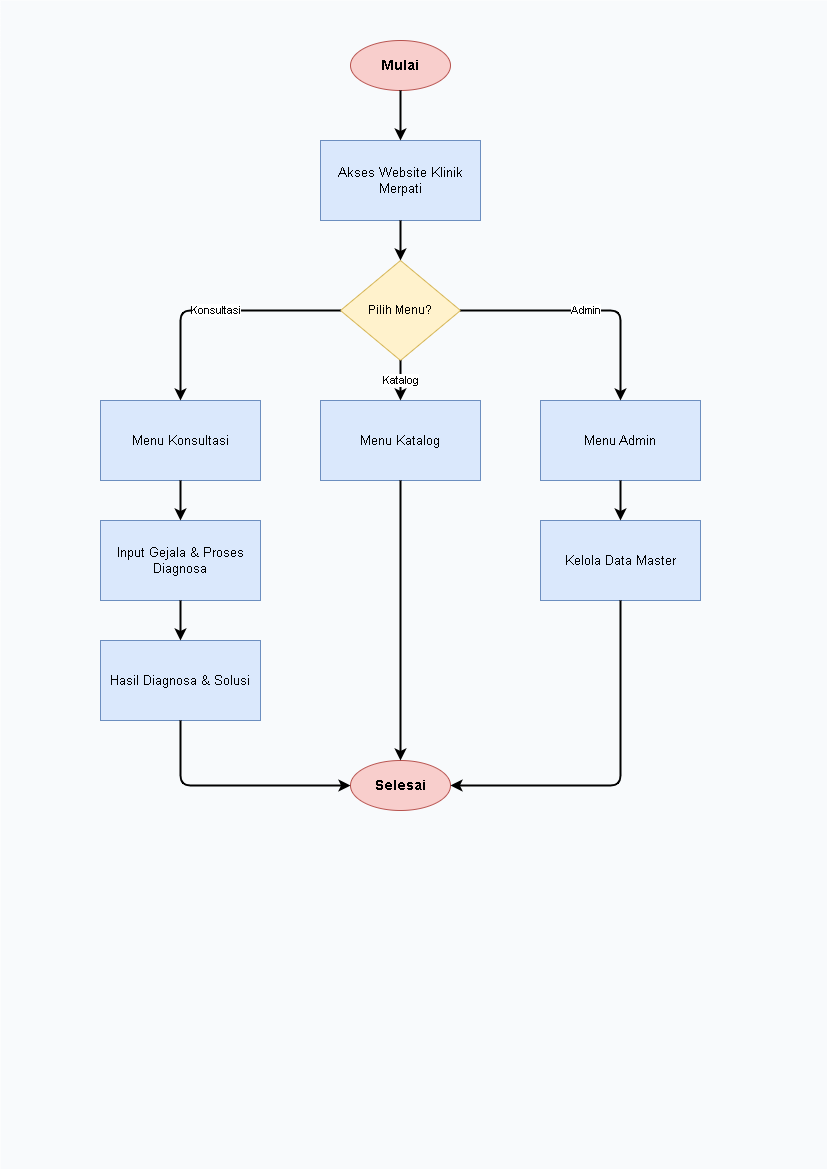
Before: diagram/flowchart/sistem_baru.png, a diagram exported from draw.io (Jinsky/Jinsky). Source tidied: cells renumbered, new cells last; positions are measured from the earlier drawing's top-left corner, leaving out a move shared by most shapes. Its diagram source:
```xml
<mxGraphModel>
  <root>
    <mxCell id="0" />
    <mxCell id="1" parent="0" />
    <mxCell id="2" style="rounded=0;whiteSpace=wrap;html=1;fillColor=#f8fafc;strokeColor=none;" parent="1" vertex="1">
      <mxGeometry width="827" height="1169" as="geometry" />
    </mxCell>
    <mxCell id="3" value="Mulai" style="ellipse;whiteSpace=wrap;html=1;fillColor=#f8cecc;strokeColor=#b85450;fontStyle=1;fontSize=14;" parent="1" vertex="1">
      <mxGeometry x="350" y="40" width="100" height="50" as="geometry" />
    </mxCell>
    <mxCell id="4" value="Akses Website Klinik Merpati" style="rounded=0;whiteSpace=wrap;html=1;fillColor=#dae8fc;strokeColor=#6c8ebf;fontSize=13;" parent="1" vertex="1">
      <mxGeometry x="320" y="140" width="160" height="80" as="geometry" />
    </mxCell>
    <mxCell id="5" value="Pilih Menu?" style="rhombus;whiteSpace=wrap;html=1;fillColor=#fff2cc;strokeColor=#d6b656;fontSize=12;" parent="1" vertex="1">
      <mxGeometry x="340" y="260" width="120" height="100" as="geometry" />
    </mxCell>
    <mxCell id="6" value="Menu Konsultasi" style="rounded=0;whiteSpace=wrap;html=1;fillColor=#dae8fc;strokeColor=#6c8ebf;fontSize=13;" parent="1" vertex="1">
      <mxGeometry x="100" y="400" width="160" height="80" as="geometry" />
    </mxCell>
    <mxCell id="7" value="Menu Katalog" style="rounded=0;whiteSpace=wrap;html=1;fillColor=#dae8fc;strokeColor=#6c8ebf;fontSize=13;" parent="1" vertex="1">
      <mxGeometry x="320" y="400" width="160" height="80" as="geometry" />
    </mxCell>
    <mxCell id="8" value="Menu Admin" style="rounded=0;whiteSpace=wrap;html=1;fillColor=#dae8fc;strokeColor=#6c8ebf;fontSize=13;" parent="1" vertex="1">
      <mxGeometry x="540" y="400" width="160" height="80" as="geometry" />
    </mxCell>
    <mxCell id="9" value="Input Gejala &amp; Proses Diagnosa" style="rounded=0;whiteSpace=wrap;html=1;fillColor=#dae8fc;strokeColor=#6c8ebf;fontSize=13;" parent="1" vertex="1">
      <mxGeometry x="100" y="520" width="160" height="80" as="geometry" />
    </mxCell>
    <mxCell id="10" value="Hasil Diagnosa &amp; Solusi" style="rounded=0;whiteSpace=wrap;html=1;fillColor=#dae8fc;strokeColor=#6c8ebf;fontSize=13;" parent="1" vertex="1">
      <mxGeometry x="100" y="640" width="160" height="80" as="geometry" />
    </mxCell>
    <mxCell id="11" value="Kelola Data Master" style="rounded=0;whiteSpace=wrap;html=1;fillColor=#dae8fc;strokeColor=#6c8ebf;fontSize=13;" parent="1" vertex="1">
      <mxGeometry x="540" y="520" width="160" height="80" as="geometry" />
    </mxCell>
    <mxCell id="12" value="Selesai" style="ellipse;whiteSpace=wrap;html=1;fillColor=#f8cecc;strokeColor=#b85450;fontStyle=1;fontSize=14;" parent="1" vertex="1">
      <mxGeometry x="350" y="760" width="100" height="50" as="geometry" />
    </mxCell>
    <mxCell id="13" style="edgeStyle=orthogonalEdgeStyle;rounded=1;jettySize=auto;html=1;strokeWidth=2;fontSize=11;" parent="1" edge="1" source="3" target="4">
      <mxGeometry relative="1" as="geometry" />
    </mxCell>
    <mxCell id="14" style="edgeStyle=orthogonalEdgeStyle;rounded=1;jettySize=auto;html=1;strokeWidth=2;fontSize=11;" parent="1" edge="1" source="4" target="5">
      <mxGeometry relative="1" as="geometry" />
    </mxCell>
    <mxCell id="15" value="Konsultasi" style="edgeStyle=orthogonalEdgeStyle;rounded=1;jettySize=auto;html=1;strokeWidth=2;fontSize=11;exitX=0;exitY=0.5;exitDx=0;exitDy=0;entryX=0.5;entryY=0;entryDx=0;entryDy=0;" parent="1" edge="1" source="5" target="6">
      <mxGeometry relative="1" as="geometry" />
    </mxCell>
    <mxCell id="16" value="Katalog" style="edgeStyle=orthogonalEdgeStyle;rounded=1;jettySize=auto;html=1;strokeWidth=2;fontSize=11;" parent="1" edge="1" source="5" target="7">
      <mxGeometry relative="1" as="geometry" />
    </mxCell>
    <mxCell id="17" value="Admin" style="edgeStyle=orthogonalEdgeStyle;rounded=1;jettySize=auto;html=1;strokeWidth=2;fontSize=11;exitX=1;exitY=0.5;exitDx=0;exitDy=0;entryX=0.5;entryY=0;entryDx=0;entryDy=0;" parent="1" edge="1" source="5" target="8">
      <mxGeometry relative="1" as="geometry" />
    </mxCell>
    <mxCell id="18" style="edgeStyle=orthogonalEdgeStyle;rounded=1;jettySize=auto;html=1;strokeWidth=2;fontSize=11;" parent="1" edge="1" source="6" target="9">
      <mxGeometry relative="1" as="geometry" />
    </mxCell>
    <mxCell id="19" style="edgeStyle=orthogonalEdgeStyle;rounded=1;jettySize=auto;html=1;strokeWidth=2;fontSize=11;" parent="1" edge="1" source="9" target="10">
      <mxGeometry relative="1" as="geometry" />
    </mxCell>
    <mxCell id="20" style="edgeStyle=orthogonalEdgeStyle;rounded=1;jettySize=auto;html=1;strokeWidth=2;fontSize=11;exitX=0.5;exitY=1;exitDx=0;exitDy=0;entryX=0;entryY=0.5;entryDx=0;entryDy=0;" parent="1" edge="1" source="10" target="12">
      <mxGeometry relative="1" as="geometry" />
    </mxCell>
    <mxCell id="21" style="edgeStyle=orthogonalEdgeStyle;rounded=1;jettySize=auto;html=1;strokeWidth=2;fontSize=11;" parent="1" edge="1" source="7" target="12">
      <mxGeometry relative="1" as="geometry" />
    </mxCell>
    <mxCell id="22" style="edgeStyle=orthogonalEdgeStyle;rounded=1;jettySize=auto;html=1;strokeWidth=2;fontSize=11;" parent="1" edge="1" source="8" target="11">
      <mxGeometry relative="1" as="geometry" />
    </mxCell>
    <mxCell id="23" style="edgeStyle=orthogonalEdgeStyle;rounded=1;jettySize=auto;html=1;strokeWidth=2;fontSize=11;exitX=0.5;exitY=1;exitDx=0;exitDy=0;entryX=1;entryY=0.5;entryDx=0;entryDy=0;" parent="1" edge="1" source="11" target="12">
      <mxGeometry relative="1" as="geometry" />
    </mxCell>
  </root>
</mxGraphModel>
```
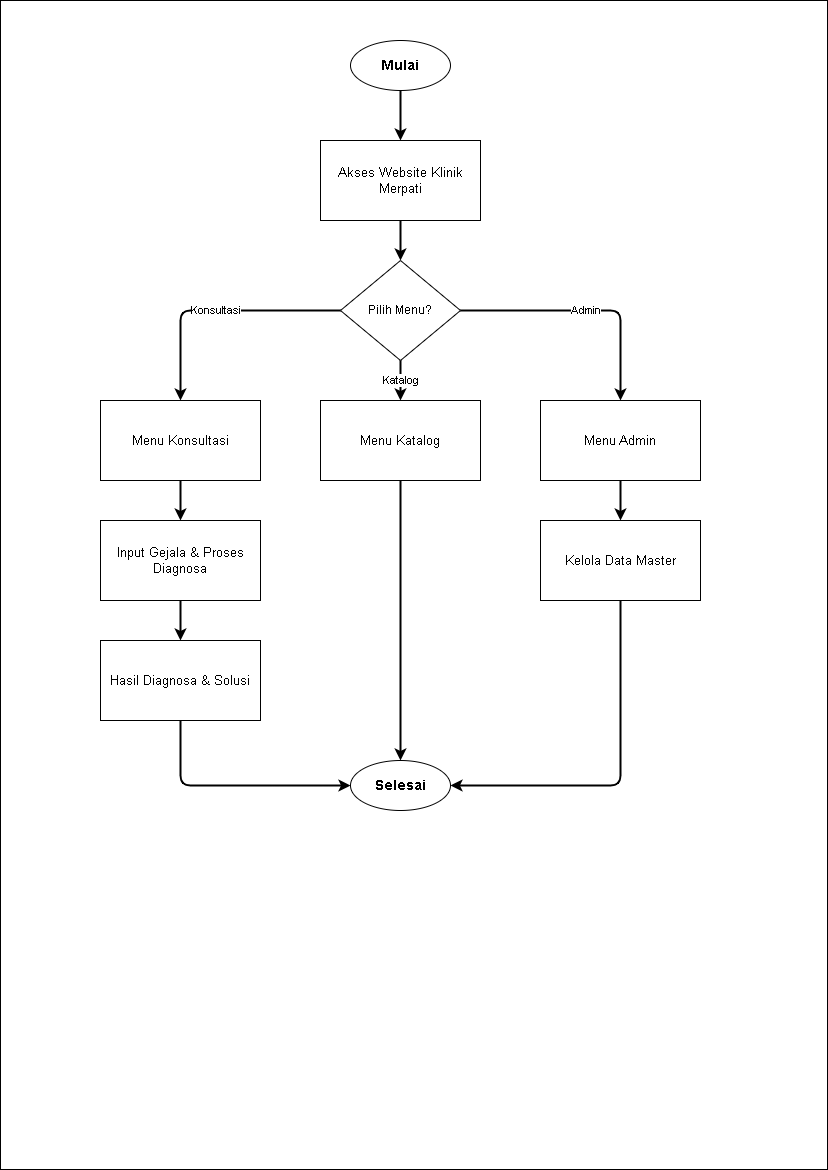
Above is the later version.

What changed in the source:
```diff
@@ -2,37 +2,37 @@
   <root>
     <mxCell id="0" />
     <mxCell id="1" parent="0" />
-    <mxCell id="2" style="rounded=0;whiteSpace=wrap;html=1;fillColor=#f8fafc;strokeColor=none;" parent="1" vertex="1">
+    <mxCell id="2" style="rounded=0;whiteSpace=wrap;html=1;" parent="1" vertex="1">
       <mxGeometry width="827" height="1169" as="geometry" />
     </mxCell>
-    <mxCell id="3" value="Mulai" style="ellipse;whiteSpace=wrap;html=1;fillColor=#f8cecc;strokeColor=#b85450;fontStyle=1;fontSize=14;" parent="1" vertex="1">
+    <mxCell id="3" value="Mulai" style="ellipse;whiteSpace=wrap;html=1;fontStyle=1;fontSize=14;" parent="1" vertex="1">
       <mxGeometry x="350" y="40" width="100" height="50" as="geometry" />
     </mxCell>
-    <mxCell id="4" value="Akses Website Klinik Merpati" style="rounded=0;whiteSpace=wrap;html=1;fillColor=#dae8fc;strokeColor=#6c8ebf;fontSize=13;" parent="1" vertex="1">
+    <mxCell id="4" value="Akses Website Klinik Merpati" style="rounded=0;whiteSpace=wrap;html=1;fontSize=13;" parent="1" vertex="1">
       <mxGeometry x="320" y="140" width="160" height="80" as="geometry" />
     </mxCell>
-    <mxCell id="5" value="Pilih Menu?" style="rhombus;whiteSpace=wrap;html=1;fillColor=#fff2cc;strokeColor=#d6b656;fontSize=12;" parent="1" vertex="1">
+    <mxCell id="5" value="Pilih Menu?" style="rhombus;whiteSpace=wrap;html=1;fontSize=12;" parent="1" vertex="1">
       <mxGeometry x="340" y="260" width="120" height="100" as="geometry" />
     </mxCell>
-    <mxCell id="6" value="Menu Konsultasi" style="rounded=0;whiteSpace=wrap;html=1;fillColor=#dae8fc;strokeColor=#6c8ebf;fontSize=13;" parent="1" vertex="1">
+    <mxCell id="6" value="Menu Konsultasi" style="rounded=0;whiteSpace=wrap;html=1;fontSize=13;" parent="1" vertex="1">
       <mxGeometry x="100" y="400" width="160" height="80" as="geometry" />
     </mxCell>
-    <mxCell id="7" value="Menu Katalog" style="rounded=0;whiteSpace=wrap;html=1;fillColor=#dae8fc;strokeColor=#6c8ebf;fontSize=13;" parent="1" vertex="1">
+    <mxCell id="7" value="Menu Katalog" style="rounded=0;whiteSpace=wrap;html=1;fontSize=13;" parent="1" vertex="1">
       <mxGeometry x="320" y="400" width="160" height="80" as="geometry" />
     </mxCell>
-    <mxCell id="8" value="Menu Admin" style="rounded=0;whiteSpace=wrap;html=1;fillColor=#dae8fc;strokeColor=#6c8ebf;fontSize=13;" parent="1" vertex="1">
+    <mxCell id="8" value="Menu Admin" style="rounded=0;whiteSpace=wrap;html=1;fontSize=13;" parent="1" vertex="1">
       <mxGeometry x="540" y="400" width="160" height="80" as="geometry" />
     </mxCell>
-    <mxCell id="9" value="Input Gejala &amp; Proses Diagnosa" style="rounded=0;whiteSpace=wrap;html=1;fillColor=#dae8fc;strokeColor=#6c8ebf;fontSize=13;" parent="1" vertex="1">
+    <mxCell id="9" value="Input Gejala &amp; Proses Diagnosa" style="rounded=0;whiteSpace=wrap;html=1;fontSize=13;" parent="1" vertex="1">
       <mxGeometry x="100" y="520" width="160" height="80" as="geometry" />
     </mxCell>
-    <mxCell id="10" value="Hasil Diagnosa &amp; Solusi" style="rounded=0;whiteSpace=wrap;html=1;fillColor=#dae8fc;strokeColor=#6c8ebf;fontSize=13;" parent="1" vertex="1">
+    <mxCell id="10" value="Hasil Diagnosa &amp; Solusi" style="rounded=0;whiteSpace=wrap;html=1;fontSize=13;" parent="1" vertex="1">
       <mxGeometry x="100" y="640" width="160" height="80" as="geometry" />
     </mxCell>
-    <mxCell id="11" value="Kelola Data Master" style="rounded=0;whiteSpace=wrap;html=1;fillColor=#dae8fc;strokeColor=#6c8ebf;fontSize=13;" parent="1" vertex="1">
+    <mxCell id="11" value="Kelola Data Master" style="rounded=0;whiteSpace=wrap;html=1;fontSize=13;" parent="1" vertex="1">
       <mxGeometry x="540" y="520" width="160" height="80" as="geometry" />
     </mxCell>
-    <mxCell id="12" value="Selesai" style="ellipse;whiteSpace=wrap;html=1;fillColor=#f8cecc;strokeColor=#b85450;fontStyle=1;fontSize=14;" parent="1" vertex="1">
+    <mxCell id="12" value="Selesai" style="ellipse;whiteSpace=wrap;html=1;fontStyle=1;fontSize=14;" parent="1" vertex="1">
       <mxGeometry x="350" y="760" width="100" height="50" as="geometry" />
     </mxCell>
     <mxCell id="13" style="edgeStyle=orthogonalEdgeStyle;rounded=1;jettySize=auto;html=1;strokeWidth=2;fontSize=11;" parent="1" edge="1" source="3" target="4">
```
